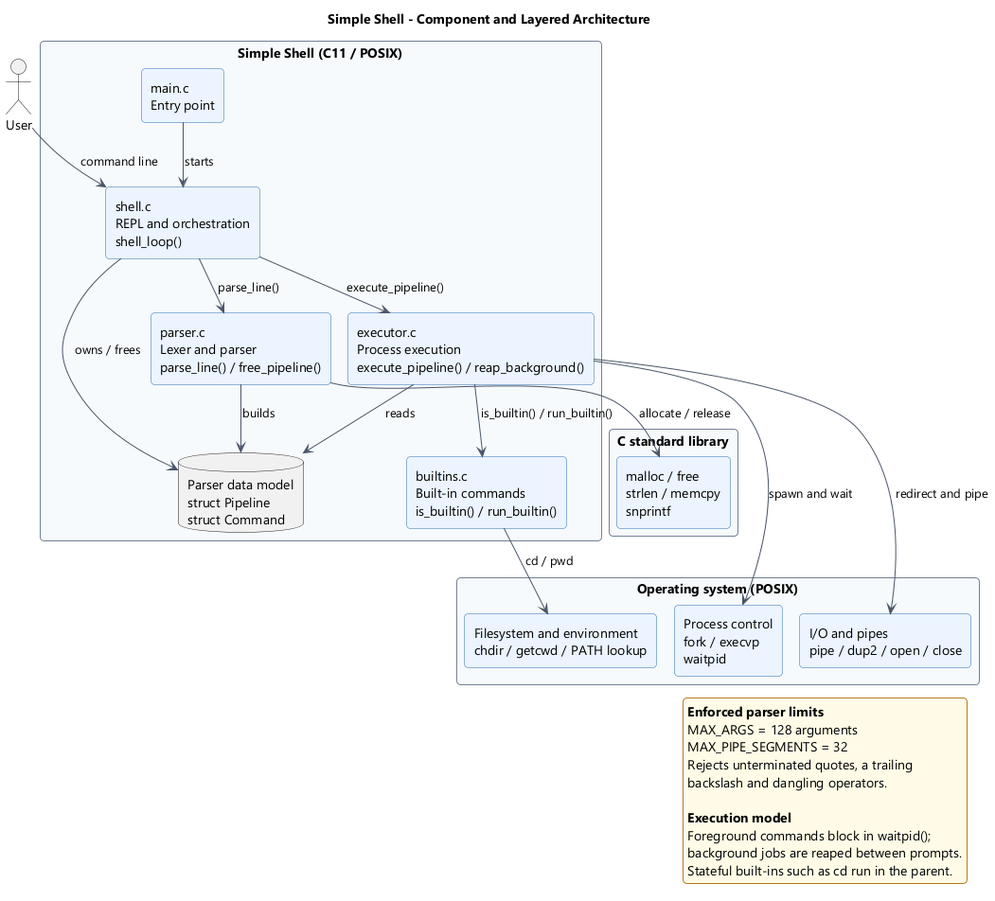
Earlier version of the PlantUML export 4-Architectural-Design/Architecture.png (SE-H1-SimpleShell/MiniProject_H1_SimpleShell).
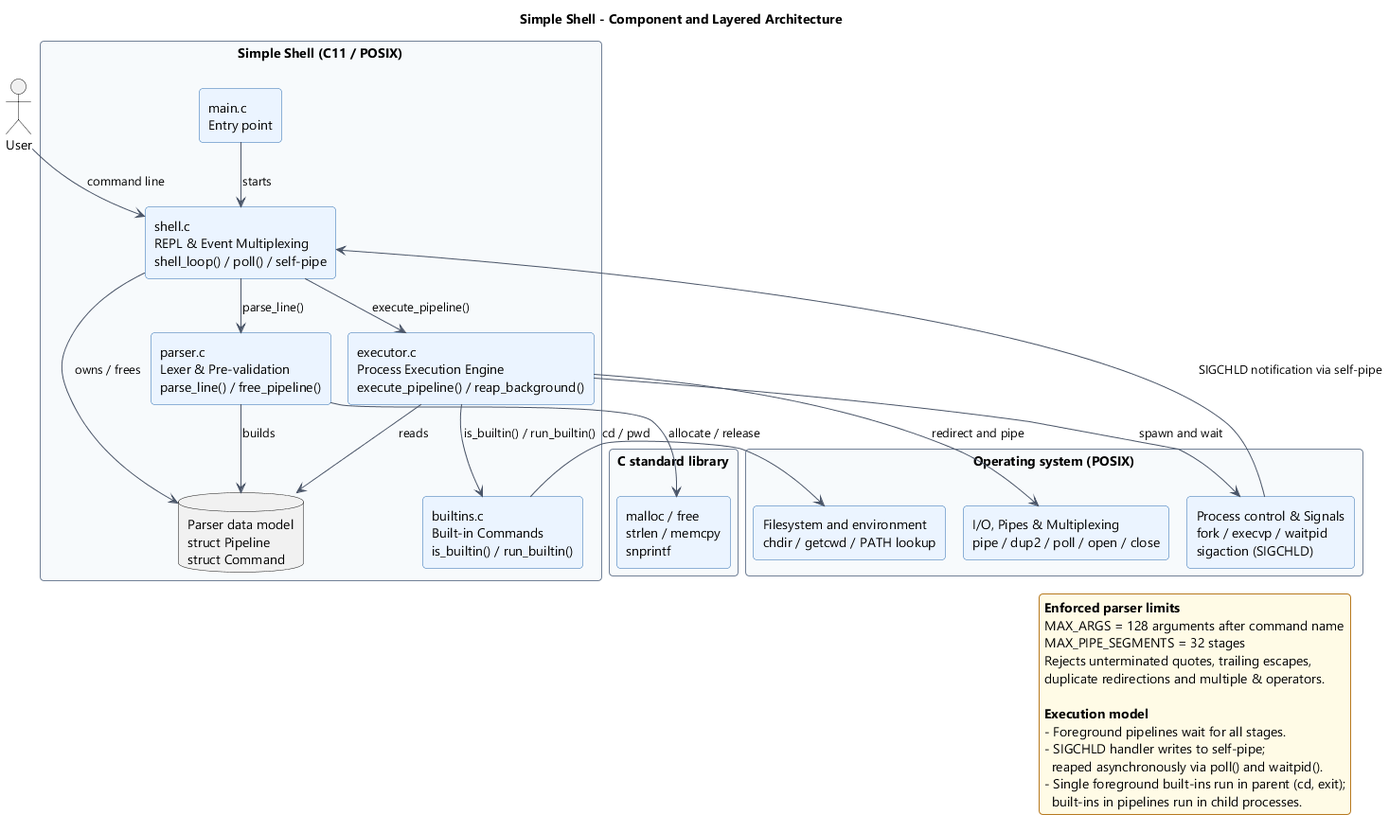
The same diagram one commit later.

Commit message:
docs(architecture): regenerate the vector component diagram and embed it in the SAD

The edit, as a diff of the source:
```diff
@@ -21,10 +21,10 @@
 package "Simple Shell (C11 / POSIX)" as app {
 
   component "main.c\nEntry point" as main
-  component "shell.c\nREPL and orchestration\nshell_loop()" as shell
-  component "parser.c\nLexer and parser\nparse_line() / free_pipeline()" as parser
-  component "executor.c\nProcess execution\nexecute_pipeline() / reap_background()" as executor
-  component "builtins.c\nBuilt-in commands\nis_builtin() / run_builtin()" as builtins
+  component "shell.c\nREPL & Event Multiplexing\nshell_loop() / poll() / self-pipe" as shell
+  component "parser.c\nLexer & Pre-validation\nparse_line() / free_pipeline()" as parser
+  component "executor.c\nProcess Execution Engine\nexecute_pipeline() / reap_background()" as executor
+  component "builtins.c\nBuilt-in Commands\nis_builtin() / run_builtin()" as builtins
   database "Parser data model\nstruct Pipeline\nstruct Command" as model
 
 }
@@ -34,8 +34,8 @@
 }
 
 package "Operating system (POSIX)" as os {
-  component "Process control\nfork / execvp\nwaitpid" as proc
-  component "I/O and pipes\npipe / dup2 / open / close" as io
+  component "Process control & Signals\nfork / execvp / waitpid\nsigaction (SIGCHLD)" as proc
+  component "I/O, Pipes & Multiplexing\npipe / dup2 / poll / open / close" as io
   component "Filesystem and environment\nchdir / getcwd / PATH lookup" as fs
 }
 
@@ -51,18 +51,21 @@
 executor --> io : redirect and pipe
 builtins --> fs : cd / pwd
 parser --> memlib : allocate / release
+proc --> shell : SIGCHLD notification via self-pipe
 
 legend right
   <b>Enforced parser limits</b>
-  MAX_ARGS = 128 arguments
-  MAX_PIPE_SEGMENTS = 32
-  Rejects unterminated quotes, a trailing
-  backslash and dangling operators.
+  MAX_ARGS = 128 arguments after command name
+  MAX_PIPE_SEGMENTS = 32 stages
+  Rejects unterminated quotes, trailing escapes,
+  duplicate redirections and multiple & operators.
 
   <b>Execution model</b>
-  Foreground commands block in waitpid();
-  background jobs are reaped between prompts.
-  Stateful built-ins such as cd run in the parent.
+  - Foreground pipelines wait for all stages.
+  - SIGCHLD handler writes to self-pipe;
+    reaped asynchronously via poll() and waitpid().
+  - Single foreground built-ins run in parent (cd, exit);
+    built-ins in pipelines run in child processes.
 endlegend
 
 @enduml
```
